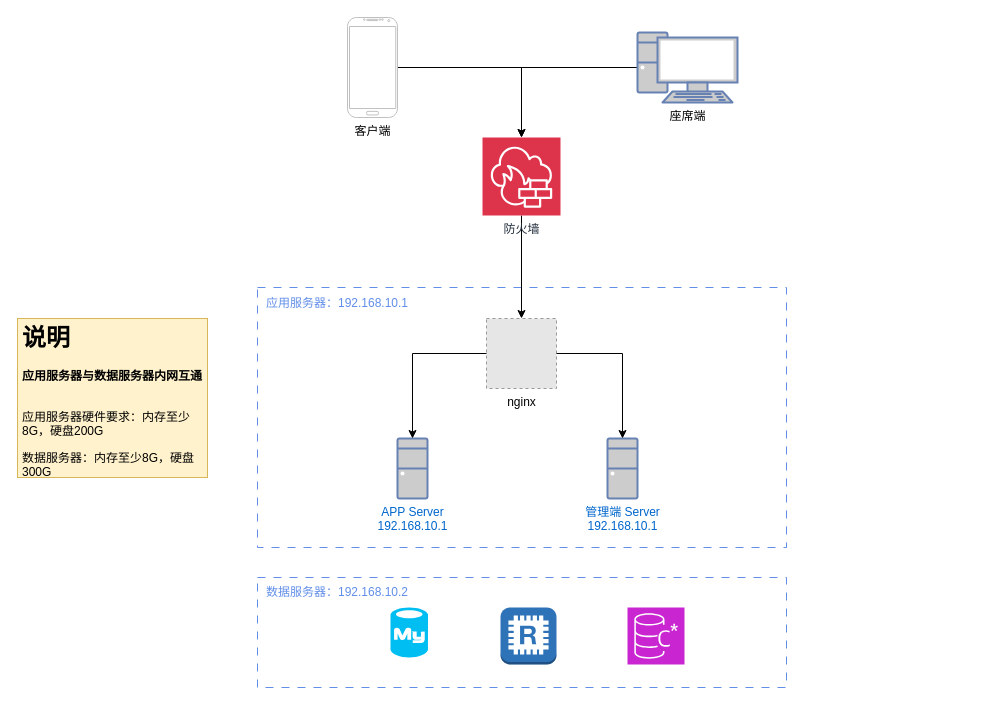
Above: 客服部署架构图.drawio in ammengke/my-drawio (draw.io), before the change. Source tidied: cells renumbered, new cells numbered last; positions are measured from the earlier drawing's top-left corner, leaving out a move shared by most shapes. Both pictures are drawn from the tidied source at 100%, with x=0, y=0 at pixel (17, 17). Pictures stored in the file or linked from it are replaced by grey dashed boxes.
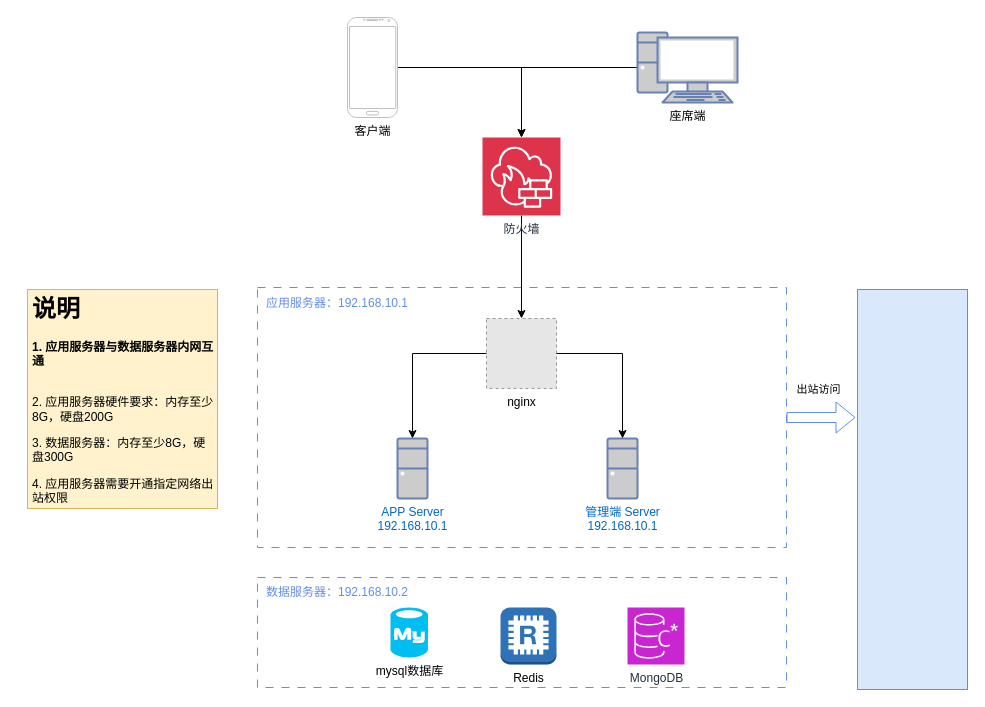
After the change.

Commit message (it also covers changes not shown here):
更新客服部署架构图.drawio

The change refers to these unchanged cells:
```xml
<mxCell id="6" style="rounded=0;whiteSpace=wrap;html=1;dashed=1;fillColor=none;strokeColor=#618EE8;dashPattern=8 8;" parent="1" vertex="1">
  <mxGeometry x="240" y="270" width="529" height="260" as="geometry" />
</mxCell>
```

The edit, as a diff of the source:
```diff
@@
-    <mxCell id="15" style="verticalLabelPosition=bottom;html=1;verticalAlign=top;align=center;strokeColor=none;fillColor=#00BEF2;shape=mxgraph.azure.mysql_database;" parent="1" vertex="1">
+    <mxCell id="15" value="mysql数据库" style="verticalLabelPosition=bottom;html=1;verticalAlign=top;align=center;strokeColor=none;fillColor=#00BEF2;shape=mxgraph.azure.mysql_database;" parent="1" vertex="1">
       <mxGeometry x="373" y="590" width="37.5" height="50" as="geometry" />
     </mxCell>
-    <mxCell id="16" style="dashed=0;verticalLabelPosition=bottom;verticalAlign=top;align=center;html=1;shape=mxgraph.aws3.redis;fillColor=#2E73B8;gradientColor=none;" parent="1" vertex="1">
+    <mxCell id="16" value="Redis" style="dashed=0;verticalLabelPosition=bottom;verticalAlign=top;align=center;html=1;shape=mxgraph.aws3.redis;fillColor=#2E73B8;gradientColor=none;" parent="1" vertex="1">
       <mxGeometry x="483" y="590" width="56" height="57" as="geometry" />
     </mxCell>
-    <mxCell id="17" style="sketch=0;fontColor=#232F3E;fillColor=#C925D1;strokeColor=#ffffff;dashed=0;verticalLabelPosition=bottom;verticalAlign=top;align=center;html=1;fontSize=12;fontStyle=0;shape=mxgraph.aws4.resourceIcon;resIcon=mxgraph.aws4.managed_apache_cassandra_service;" parent="1" vertex="1">
+    <mxCell id="17" value="MongoDB" style="sketch=0;fontColor=#232F3E;fillColor=#C925D1;strokeColor=#ffffff;dashed=0;verticalLabelPosition=bottom;verticalAlign=top;align=center;html=1;fontSize=12;fontStyle=0;shape=mxgraph.aws4.resourceIcon;resIcon=mxgraph.aws4.managed_apache_cassandra_service;" parent="1" vertex="1">
       <mxGeometry x="610" y="590" width="57" height="57" as="geometry" />
     </mxCell>
@@
-    <mxCell id="20" value="&lt;h1&gt;说明&lt;/h1&gt;&lt;p&gt;&lt;b&gt;应用服务器与数据服务器内网互通&lt;/b&gt;&lt;br&gt;&lt;br&gt;&lt;/p&gt;&lt;p&gt;应用服务器硬件要求：内存至少8G，硬盘200G&lt;/p&gt;&lt;p&gt;数据服务器：内存至少8G，硬盘300G&lt;/p&gt;" style="text;html=1;strokeColor=#d6b656;fillColor=#fff2cc;spacing=5;spacingTop=-20;whiteSpace=wrap;overflow=hidden;rounded=0;" parent="1" vertex="1">
-      <mxGeometry y="301" width="190" height="159" as="geometry" />
+    <mxCell id="20" value="&lt;h1&gt;说明&lt;/h1&gt;&lt;p&gt;&lt;b&gt;1. 应用服务器与数据服务器内网互通&lt;/b&gt;&lt;br&gt;&lt;br&gt;&lt;/p&gt;&lt;p&gt;2. 应用服务器硬件要求：内存至少8G，硬盘200G&lt;/p&gt;&lt;p&gt;3. 数据服务器：内存至少8G，硬盘300G&lt;/p&gt;&lt;p&gt;4. 应用服务器需要开通指定网络出站权限&lt;/p&gt;" style="text;html=1;strokeColor=#d6b656;fillColor=#fff2cc;spacing=5;spacingTop=-20;whiteSpace=wrap;overflow=hidden;rounded=0;" parent="1" vertex="1">
+      <mxGeometry x="10" y="272" width="190" height="219" as="geometry" />
     </mxCell>
+    <mxCell id="21" style="rounded=0;whiteSpace=wrap;html=1;fillColor=#dae8fc;strokeColor=#6c8ebf;" parent="1" vertex="1">
+      <mxGeometry x="840" y="272" width="110" height="400" as="geometry" />
+    </mxCell>
+    <mxCell id="22" style="edgeStyle=orthogonalEdgeStyle;rounded=0;jettySize=auto;html=1;entryX=-0.018;entryY=0.32;entryDx=0;entryDy=0;entryPerimeter=0;shape=flexArrow;strokeColor=#618EE8;" parent="1" edge="1" source="6" target="21">
+      <mxGeometry relative="1" as="geometry" />
+    </mxCell>
+    <mxCell id="23" value="出站访问" style="edgeLabel;html=1;align=center;verticalAlign=middle;" parent="22" vertex="1">
+      <mxGeometry x="-0.28" relative="1" as="geometry">
+        <mxPoint x="6" y="-29" as="offset" />
+      </mxGeometry>
+    </mxCell>
```
